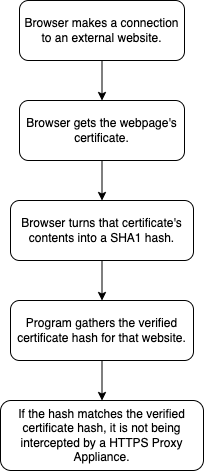
This is images/fingerprints.png from brett-k-cs/digital-portfolio-cs, a draw.io export, as it was before one commit. Source tidied: cells renumbered, new cells last; positions are measured from the earlier drawing's top-left corner, leaving out a move shared by most shapes. The source it was exported from:
```xml
<mxGraphModel>
  <root>
    <mxCell id="0" />
    <mxCell id="1" parent="0" />
    <mxCell id="2" style="edgeStyle=orthogonalEdgeStyle;rounded=0;jettySize=auto;html=1;entryX=0.5;entryY=0;entryDx=0;entryDy=0;" parent="1" edge="1" source="3" target="7">
      <mxGeometry relative="1" as="geometry" />
    </mxCell>
    <mxCell id="3" value="Browser makes a connection to an external website." style="rounded=1;whiteSpace=wrap;html=1;" parent="1" vertex="1">
      <mxGeometry x="19" width="165" height="60" as="geometry" />
    </mxCell>
    <mxCell id="4" style="edgeStyle=orthogonalEdgeStyle;rounded=0;jettySize=auto;html=1;entryX=0.5;entryY=0;entryDx=0;entryDy=0;" parent="1" edge="1" source="5" target="9">
      <mxGeometry relative="1" as="geometry" />
    </mxCell>
    <mxCell id="5" value="Browser turns that certificate's contents into a SHA1 hash." style="rounded=1;whiteSpace=wrap;html=1;" parent="1" vertex="1">
      <mxGeometry x="10" y="200" width="183" height="60" as="geometry" />
    </mxCell>
    <mxCell id="6" style="edgeStyle=orthogonalEdgeStyle;rounded=0;jettySize=auto;html=1;entryX=0.5;entryY=0;entryDx=0;entryDy=0;" parent="1" edge="1" source="7" target="5">
      <mxGeometry relative="1" as="geometry" />
    </mxCell>
    <mxCell id="7" value="Browser gets the webpage's certificate." style="rounded=1;whiteSpace=wrap;html=1;" parent="1" vertex="1">
      <mxGeometry x="19" y="100" width="165" height="60" as="geometry" />
    </mxCell>
    <mxCell id="8" style="edgeStyle=orthogonalEdgeStyle;rounded=0;jettySize=auto;html=1;entryX=0.5;entryY=0;entryDx=0;entryDy=0;" parent="1" edge="1" source="9" target="10">
      <mxGeometry relative="1" as="geometry" />
    </mxCell>
    <mxCell id="9" value="Program gathers the verified certificate hash for that website." style="rounded=1;whiteSpace=wrap;html=1;" parent="1" vertex="1">
      <mxGeometry x="10" y="300" width="183" height="60" as="geometry" />
    </mxCell>
    <mxCell id="10" value="If the hash matches the verified certificate hash, it is not being intercepted by a HTTPS Proxy Appliance." style="rounded=1;whiteSpace=wrap;html=1;" parent="1" vertex="1">
      <mxGeometry y="400" width="203" height="70" as="geometry" />
    </mxCell>
  </root>
</mxGraphModel>
```
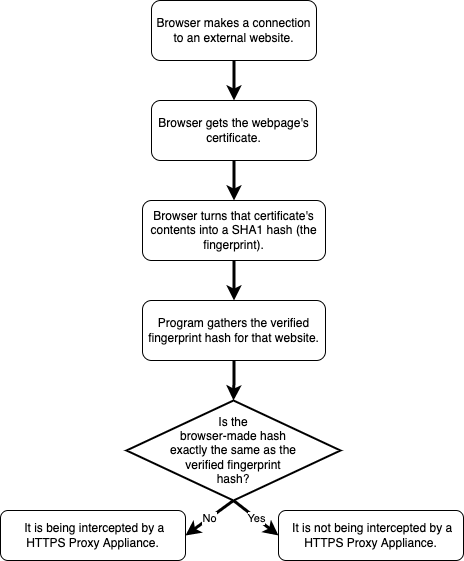
Later version of the same file.

Commit message:
Updated flow chart

What changed in the source:
```diff
@@ -2,32 +2,50 @@
   <root>
     <mxCell id="0" />
     <mxCell id="1" parent="0" />
-    <mxCell id="2" style="edgeStyle=orthogonalEdgeStyle;rounded=0;jettySize=auto;html=1;entryX=0.5;entryY=0;entryDx=0;entryDy=0;" parent="1" edge="1" source="3" target="7">
+    <mxCell id="2" style="edgeStyle=orthogonalEdgeStyle;rounded=0;jettySize=auto;html=1;entryX=0.5;entryY=0;entryDx=0;entryDy=0;strokeWidth=3;" parent="1" edge="1" source="3" target="7">
       <mxGeometry relative="1" as="geometry" />
     </mxCell>
     <mxCell id="3" value="Browser makes a connection to an external website." style="rounded=1;whiteSpace=wrap;html=1;" parent="1" vertex="1">
       <mxGeometry x="19" width="165" height="60" as="geometry" />
     </mxCell>
-    <mxCell id="4" style="edgeStyle=orthogonalEdgeStyle;rounded=0;jettySize=auto;html=1;entryX=0.5;entryY=0;entryDx=0;entryDy=0;" parent="1" edge="1" source="5" target="9">
+    <mxCell id="4" style="edgeStyle=orthogonalEdgeStyle;rounded=0;jettySize=auto;html=1;entryX=0.5;entryY=0;entryDx=0;entryDy=0;strokeWidth=3;" parent="1" edge="1" source="5" target="9">
       <mxGeometry relative="1" as="geometry" />
     </mxCell>
-    <mxCell id="5" value="Browser turns that certificate's contents into a SHA1 hash." style="rounded=1;whiteSpace=wrap;html=1;" parent="1" vertex="1">
+    <mxCell id="5" value="Browser turns that certificate's contents into a SHA1 hash (the fingerprint)." style="rounded=1;whiteSpace=wrap;html=1;" parent="1" vertex="1">
       <mxGeometry x="10" y="200" width="183" height="60" as="geometry" />
     </mxCell>
-    <mxCell id="6" style="edgeStyle=orthogonalEdgeStyle;rounded=0;jettySize=auto;html=1;entryX=0.5;entryY=0;entryDx=0;entryDy=0;" parent="1" edge="1" source="7" target="5">
+    <mxCell id="6" style="edgeStyle=orthogonalEdgeStyle;rounded=0;jettySize=auto;html=1;entryX=0.5;entryY=0;entryDx=0;entryDy=0;strokeWidth=3;" parent="1" edge="1" source="7" target="5">
       <mxGeometry relative="1" as="geometry" />
     </mxCell>
     <mxCell id="7" value="Browser gets the webpage's certificate." style="rounded=1;whiteSpace=wrap;html=1;" parent="1" vertex="1">
       <mxGeometry x="19" y="100" width="165" height="60" as="geometry" />
     </mxCell>
-    <mxCell id="8" style="edgeStyle=orthogonalEdgeStyle;rounded=0;jettySize=auto;html=1;entryX=0.5;entryY=0;entryDx=0;entryDy=0;" parent="1" edge="1" source="9" target="10">
-      <mxGeometry relative="1" as="geometry" />
-    </mxCell>
+    <mxCell id="11" style="edgeStyle=orthogonalEdgeStyle;rounded=0;jettySize=auto;html=1;entryX=0.5;entryY=0;entryDx=0;entryDy=0;entryPerimeter=0;strokeWidth=3;" parent="1" edge="1" source="9" target="12">
+      <mxGeometry relative="1" as="geometry" />
+    </mxCell>
-    <mxCell id="9" value="Program gathers the verified certificate hash for that website." style="rounded=1;whiteSpace=wrap;html=1;" parent="1" vertex="1">
+    <mxCell id="9" value="Program gathers the verified fingerprint hash for that website." style="rounded=1;whiteSpace=wrap;html=1;" parent="1" vertex="1">
       <mxGeometry x="10" y="300" width="183" height="60" as="geometry" />
     </mxCell>
-    <mxCell id="10" value="If the hash matches the verified certificate hash, it is not being intercepted by a HTTPS Proxy Appliance." style="rounded=1;whiteSpace=wrap;html=1;" parent="1" vertex="1">
-      <mxGeometry y="400" width="203" height="70" as="geometry" />
+    <mxCell id="10" value="&amp;nbsp;It is not being intercepted by a HTTPS Proxy Appliance." style="rounded=1;whiteSpace=wrap;html=1;" parent="1" vertex="1">
+      <mxGeometry x="146" y="510" width="185" height="50" as="geometry" />
     </mxCell>
+    <mxCell id="12" value="Is the&lt;br&gt;browser-made hash&lt;br&gt;exactly&amp;nbsp;the same as the&lt;br&gt;verified fingerprint&lt;br&gt;hash?" style="strokeWidth=2;html=1;shape=mxgraph.flowchart.decision;whiteSpace=wrap;" parent="1" vertex="1">
+      <mxGeometry x="-6" y="400" width="214" height="100" as="geometry" />
+    </mxCell>
+    <mxCell id="13" style="endArrow=classic;html=1;rounded=0;exitX=0.5;exitY=1;exitDx=0;exitDy=0;exitPerimeter=0;entryX=0;entryY=0.5;entryDx=0;entryDy=0;strokeWidth=3;" parent="1" edge="1" source="12" target="10">
+      <mxGeometry relative="1" as="geometry" />
+    </mxCell>
+    <mxCell id="14" value="Yes" style="edgeLabel;html=1;align=center;verticalAlign=middle;" parent="13" vertex="1">
+      <mxGeometry relative="1" as="geometry" />
+    </mxCell>
+    <mxCell id="15" value="&amp;nbsp;It is being intercepted by a HTTPS Proxy Appliance." style="rounded=1;whiteSpace=wrap;html=1;" parent="1" vertex="1">
+      <mxGeometry x="-132" y="510" width="185" height="50" as="geometry" />
+    </mxCell>
+    <mxCell id="16" style="endArrow=classic;html=1;rounded=0;exitX=0.5;exitY=1;exitDx=0;exitDy=0;exitPerimeter=0;entryX=1;entryY=0.5;entryDx=0;entryDy=0;strokeWidth=3;" parent="1" edge="1" source="12" target="15">
+      <mxGeometry relative="1" as="geometry" />
+    </mxCell>
+    <mxCell id="17" value="No" style="edgeLabel;html=1;align=center;verticalAlign=middle;" parent="16" vertex="1">
+      <mxGeometry relative="1" as="geometry" />
+    </mxCell>
   </root>
 </mxGraphModel>
```
